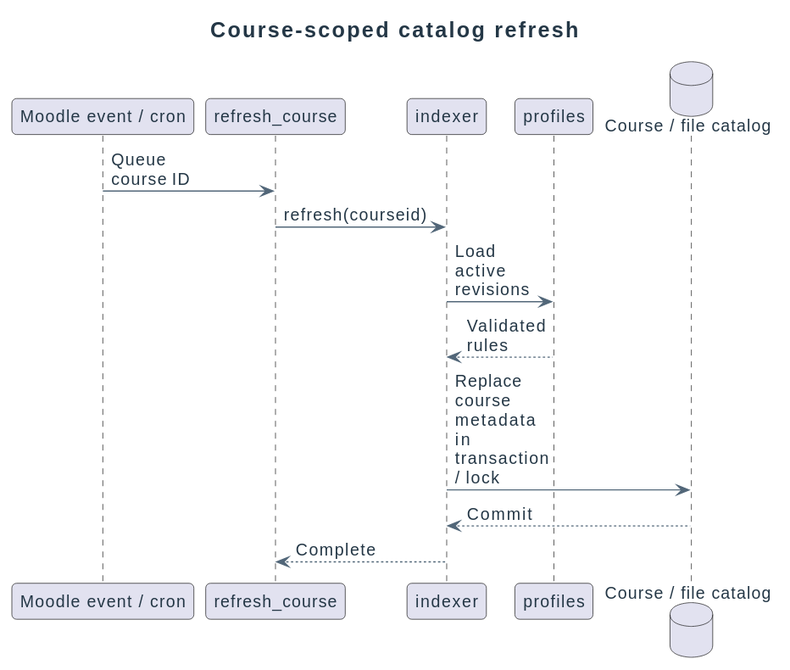
didactika/moodle-local_coursefiles keeps this PlantUML diagram as docs/diagrams/design/sequences/index-refresh.svg. Above is the earlier version.
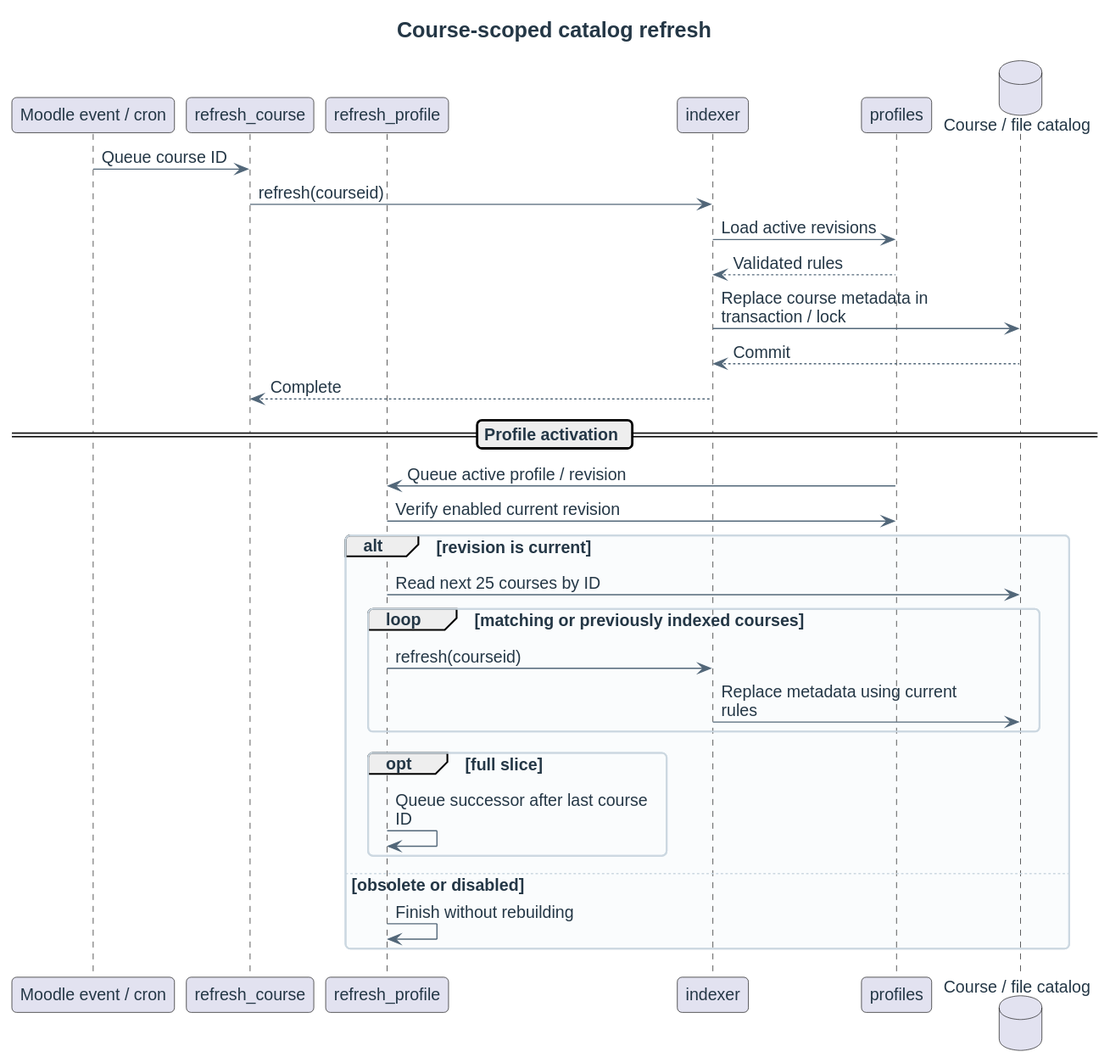
After the change.

Diff of the diagram source:
```diff
@@ -1,8 +1,10 @@
 @startuml
 !include ../../_style.puml
+skinparam maxMessageSize 220
 title Course-scoped catalog refresh
 participant "Moodle event / cron" as Event
 participant "refresh_course" as Task
+participant "refresh_profile" as ProfileTask
 participant indexer as Index
 participant profiles as Profiles
 database "Course / file catalog" as DB
@@ -13,4 +15,19 @@
 Index -> DB : Replace course metadata in transaction / lock
 DB --> Index : Commit
 Index --> Task : Complete
+== Profile activation ==
+Profiles -> ProfileTask : Queue active profile / revision
+ProfileTask -> Profiles : Verify enabled current revision
+alt revision is current
+  ProfileTask -> DB : Read next 25 courses by ID
+  loop matching or previously indexed courses
+    ProfileTask -> Index : refresh(courseid)
+    Index -> DB : Replace metadata using current rules
+  end
+  opt full slice
+    ProfileTask -> ProfileTask : Queue successor after last course ID
+  end
+else obsolete or disabled
+  ProfileTask -> ProfileTask : Finish without rebuilding
+end
 @enduml
```
